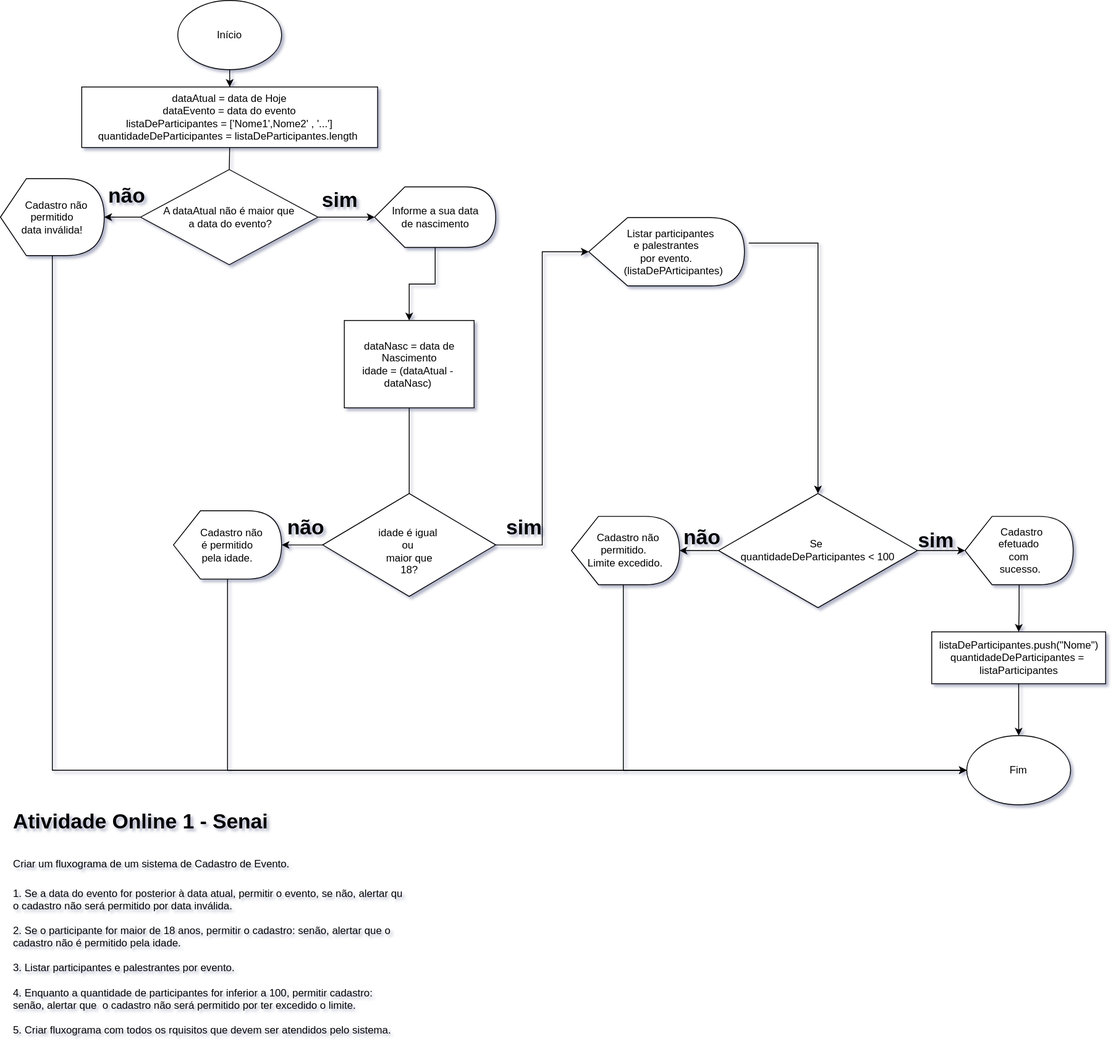
Before: atividade01/atividade online - fluxograma.svg, a diagram exported from draw.io (vanderpolezel/UC08_L-gica_de_Programa-o_Senai_FullSatck). Source tidied: cells renumbered, new cells last; positions are measured from the earlier drawing's top-left corner, leaving out a move shared by most shapes.
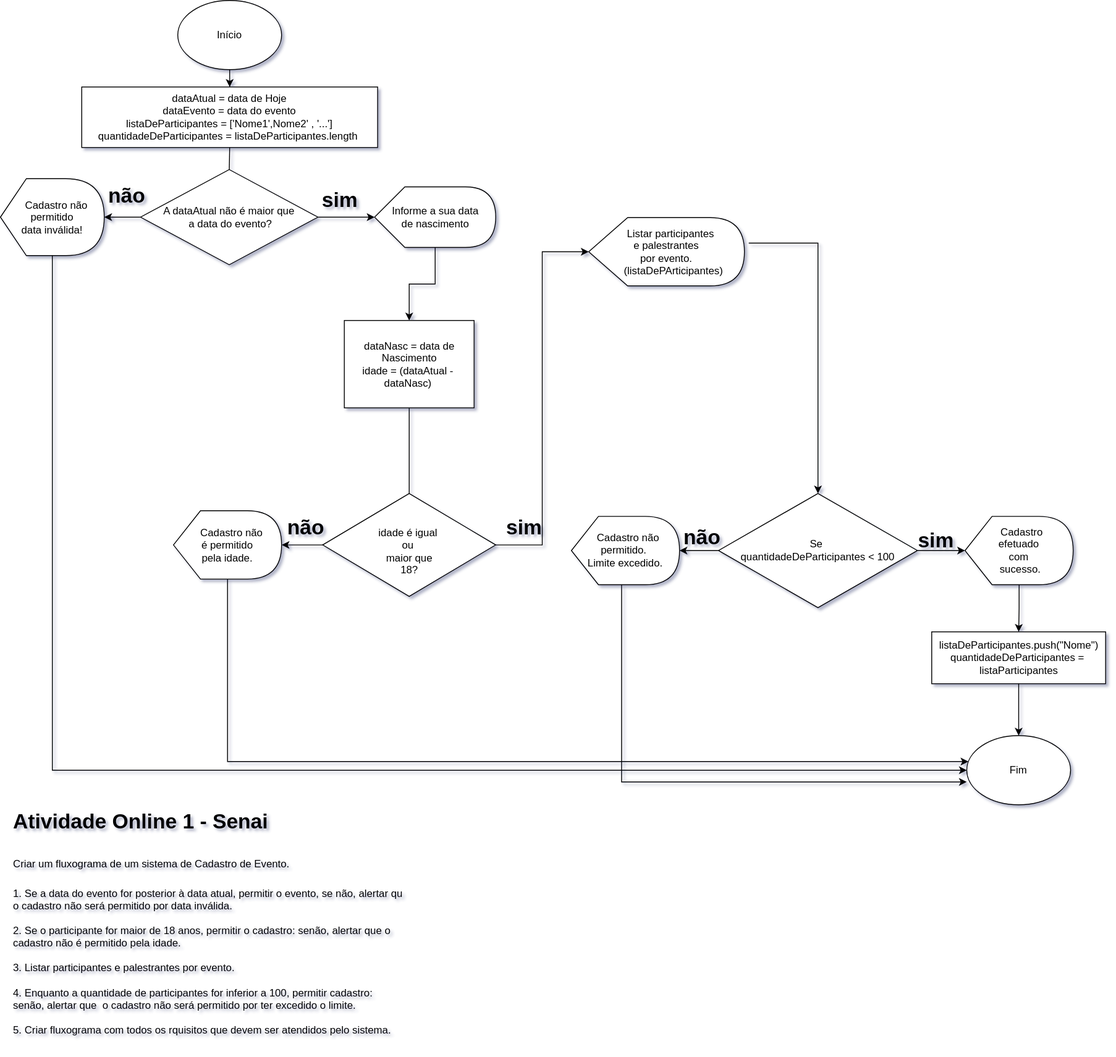
The same file after the commit.

The edit, as a diff of the source:
```diff
@@ -20,12 +20,10 @@
     <mxCell id="7" value="A dataAtual não é maior que&lt;br&gt;&amp;nbsp;a data do evento?" style="rhombus;whiteSpace=wrap;html=1;" parent="1" vertex="1">
       <mxGeometry x="162" y="195.5" width="205" height="110" as="geometry" />
     </mxCell>
-    <mxCell id="8" style="edgeStyle=orthogonalEdgeStyle;rounded=0;jettySize=auto;html=1;" parent="1" edge="1" source="9">
+    <mxCell id="8" style="edgeStyle=orthogonalEdgeStyle;rounded=0;jettySize=auto;html=1;entryX=0;entryY=0.5;entryDx=0;entryDy=0;" parent="1" edge="1" source="9" target="29">
       <mxGeometry relative="1" as="geometry">
-        <mxPoint x="1132" y="890" as="targetPoint" />
         <Array as="points">
-          <mxPoint x="60" y="850" />
-          <mxPoint x="60" y="850" />
+          <mxPoint x="60" y="890" />
         </Array>
       </mxGeometry>
     </mxCell>
@@ -50,10 +48,10 @@
     <mxCell id="15" value="&lt;br&gt;idade é igual&amp;nbsp;&lt;br&gt;ou&amp;nbsp;&lt;br&gt;maior que&lt;br&gt;18?" style="rhombus;whiteSpace=wrap;html=1;" parent="1" vertex="1">
       <mxGeometry x="372.5" y="570" width="200" height="119" as="geometry" />
     </mxCell>
-    <mxCell id="16" style="edgeStyle=orthogonalEdgeStyle;rounded=0;jettySize=auto;html=1;entryX=0;entryY=0.5;entryDx=0;entryDy=0;" parent="1" edge="1" source="17" target="29">
+    <mxCell id="16" style="edgeStyle=orthogonalEdgeStyle;rounded=0;jettySize=auto;html=1;" parent="1" edge="1" source="17" target="29">
       <mxGeometry relative="1" as="geometry">
         <Array as="points">
-          <mxPoint x="263" y="890" />
+          <mxPoint x="263" y="880" />
         </Array>
       </mxGeometry>
     </mxCell>
@@ -84,10 +82,12 @@
     <mxCell id="24" value="Se&amp;nbsp;&lt;br&gt;quantidadeDeParticipantes &amp;lt; 100" style="rhombus;whiteSpace=wrap;html=1;" parent="1" vertex="1">
       <mxGeometry x="830" y="570" width="230" height="132" as="geometry" />
     </mxCell>
-    <mxCell id="25" style="edgeStyle=orthogonalEdgeStyle;rounded=0;jettySize=auto;html=1;entryX=0;entryY=0.5;entryDx=0;entryDy=0;" parent="1" edge="1" source="26" target="29">
+    <mxCell id="25" style="edgeStyle=orthogonalEdgeStyle;rounded=0;orthogonalLoop=1;jettySize=auto;html=1;" parent="1" edge="1">
       <mxGeometry relative="1" as="geometry">
+        <mxPoint x="718" y="669" as="sourcePoint" />
+        <mxPoint x="1117" y="903.5" as="targetPoint" />
         <Array as="points">
-          <mxPoint x="720" y="890" />
+          <mxPoint x="718" y="903.5" />
         </Array>
       </mxGeometry>
     </mxCell>
```
